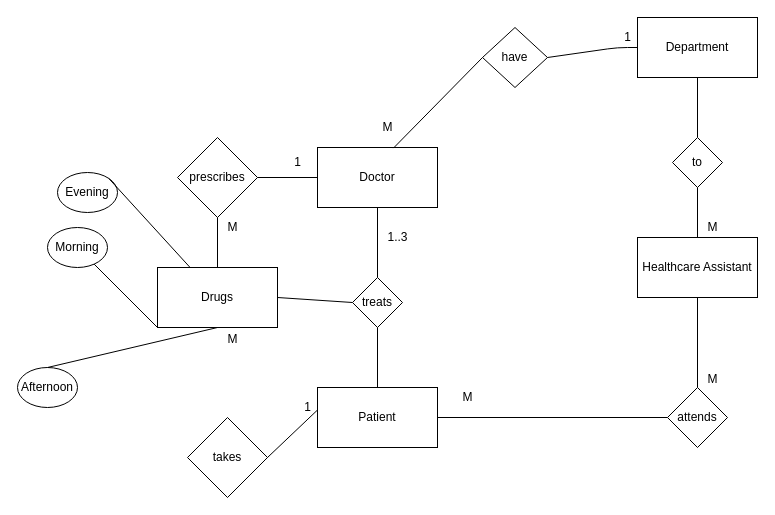
Above: Untitled Diagram.drawio in iAshutosh-joshi/first-project (draw.io), before the change. Source tidied: cells renumbered, new cells numbered last; positions are measured from the earlier drawing's top-left corner, leaving out a move shared by most shapes. Both pictures are drawn from the tidied source at 100%, with x=0, y=0 at pixel (17, 17).
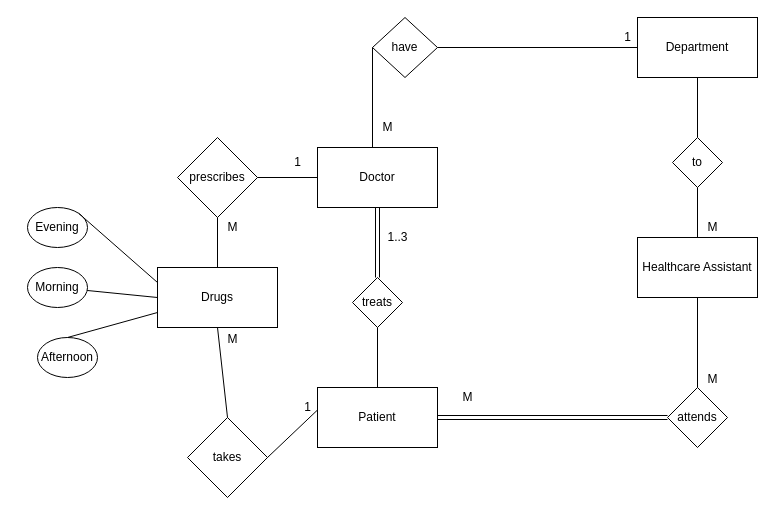
The same page after the edit.

The change refers to these unchanged cells:
```xml
<mxCell id="2" style="rounded=0;whiteSpace=wrap;html=1;" parent="1" vertex="1">
  <mxGeometry x="620" width="120" height="60" as="geometry" />
</mxCell>
<mxCell id="4" value="Doctor" style="rounded=0;whiteSpace=wrap;html=1;" parent="1" vertex="1">
  <mxGeometry x="300" y="130" width="120" height="60" as="geometry" />
</mxCell>
<mxCell id="5" value="Patient" style="rounded=0;whiteSpace=wrap;html=1;" parent="1" vertex="1">
  <mxGeometry x="300" y="370" width="120" height="60" as="geometry" />
</mxCell>
<mxCell id="7" value="attends" style="rhombus;whiteSpace=wrap;html=1;" parent="1" vertex="1">
  <mxGeometry x="650" y="370" width="60" height="60" as="geometry" />
</mxCell>
<mxCell id="8" value="&lt;span&gt;trea&lt;/span&gt;ts" style="rhombus;whiteSpace=wrap;html=1;" parent="1" vertex="1">
  <mxGeometry x="335" y="260" width="50" height="50" as="geometry" />
</mxCell>
<mxCell id="16" value="Drugs" style="rounded=0;whiteSpace=wrap;html=1;" parent="1" vertex="1">
  <mxGeometry x="140" y="250" width="120" height="60" as="geometry" />
</mxCell>
<mxCell id="18" style="rhombus;whiteSpace=wrap;html=1;" parent="1" vertex="1">
  <mxGeometry x="170" y="400" width="80" height="80" as="geometry" />
</mxCell>
```

Diff of the diagram source:
```diff
@@
-    <mxCell id="12" style="endArrow=none;html=1;" parent="1" edge="1" source="5">
-      <mxGeometry relative="1" as="geometry">
-        <mxPoint x="650" y="400" as="targetPoint" />
-      </mxGeometry>
-    </mxCell>
@@
-    <mxCell id="14" style="endArrow=none;html=1;exitX=0.5;exitY=0;exitDx=0;exitDy=0;entryX=0.5;entryY=1;entryDx=0;entryDy=0;" parent="1" edge="1" source="8" target="4">
-      <mxGeometry relative="1" as="geometry" />
-    </mxCell>
@@
-    <mxCell id="21" style="endArrow=none;html=1;exitX=1;exitY=0.5;exitDx=0;exitDy=0;entryX=0;entryY=0.5;entryDx=0;entryDy=0;" parent="1" edge="1" source="16" target="8">
-      <mxGeometry relative="1" as="geometry" />
-    </mxCell>
@@
     <mxCell id="24" value="Morning" style="ellipse;whiteSpace=wrap;html=1;" parent="1" vertex="1">
-      <mxGeometry x="30" y="210" width="60" height="40" as="geometry" />
+      <mxGeometry x="10" y="250" width="60" height="40" as="geometry" />
     </mxCell>
-    <mxCell id="25" style="endArrow=none;html=1;" parent="1" edge="1" source="24">
-      <mxGeometry relative="1" as="geometry">
-        <mxPoint x="140" y="310" as="targetPoint" />
-      </mxGeometry>
+    <mxCell id="25" style="endArrow=none;html=1;entryX=0;entryY=0.5;entryDx=0;entryDy=0;" parent="1" edge="1" source="24" target="16">
+      <mxGeometry relative="1" as="geometry" />
     </mxCell>
     <mxCell id="26" value="Evening" style="ellipse;whiteSpace=wrap;html=1;" parent="1" vertex="1">
-      <mxGeometry x="40" y="155" width="60" height="40" as="geometry" />
+      <mxGeometry x="10" y="190" width="60" height="40" as="geometry" />
     </mxCell>
-    <mxCell id="27" style="endArrow=none;html=1;exitX=1;exitY=0;exitDx=0;exitDy=0;" parent="1" edge="1" source="26" target="16">
+    <mxCell id="27" style="endArrow=none;html=1;exitX=1;exitY=0;exitDx=0;exitDy=0;entryX=0;entryY=0.25;entryDx=0;entryDy=0;" parent="1" edge="1" source="26" target="16">
       <mxGeometry relative="1" as="geometry" />
     </mxCell>
     <mxCell id="28" value="Afternoon" style="ellipse;whiteSpace=wrap;html=1;" parent="1" vertex="1">
-      <mxGeometry y="350" width="60" height="40" as="geometry" />
+      <mxGeometry x="20" y="320" width="60" height="40" as="geometry" />
     </mxCell>
-    <mxCell id="29" style="endArrow=none;html=1;entryX=0.5;entryY=1;entryDx=0;entryDy=0;exitX=0.5;exitY=0;exitDx=0;exitDy=0;" parent="1" edge="1" source="28" target="16">
+    <mxCell id="29" style="endArrow=none;html=1;entryX=0;entryY=0.75;entryDx=0;entryDy=0;exitX=0.5;exitY=0;exitDx=0;exitDy=0;" parent="1" edge="1" source="28" target="16">
       <mxGeometry relative="1" as="geometry" />
     </mxCell>
@@
     <mxCell id="37" value="have" style="rhombus;whiteSpace=wrap;html=1;" parent="1" vertex="1">
-      <mxGeometry x="465" y="10" width="65" height="60" as="geometry" />
+      <mxGeometry x="355" width="65" height="60" as="geometry" />
     </mxCell>
     <mxCell id="38" style="endArrow=none;html=1;exitX=1;exitY=0.5;exitDx=0;exitDy=0;entryX=0;entryY=0.5;entryDx=0;entryDy=0;" parent="1" edge="1" source="37" target="2">
-      <mxGeometry relative="1" as="geometry">
-        <Array as="points">
-          <mxPoint x="600" y="30" />
-        </Array>
-      </mxGeometry>
+      <mxGeometry relative="1" as="geometry" />
     </mxCell>
-    <mxCell id="39" style="endArrow=none;html=1;exitX=0.633;exitY=0.01;exitDx=0;exitDy=0;exitPerimeter=0;entryX=0;entryY=0.5;entryDx=0;entryDy=0;" parent="1" edge="1" source="4" target="37">
-      <mxGeometry relative="1" as="geometry" />
+    <mxCell id="39" style="endArrow=none;html=1;entryX=0;entryY=0.5;entryDx=0;entryDy=0;" parent="1" edge="1" target="37">
+      <mxGeometry relative="1" as="geometry">
+        <mxPoint x="355" y="130" as="sourcePoint" />
+      </mxGeometry>
     </mxCell>
@@
+    <mxCell id="43" style="endArrow=none;html=1;exitX=0.5;exitY=0;exitDx=0;exitDy=0;entryX=0.5;entryY=1;entryDx=0;entryDy=0;" parent="1" edge="1" source="18" target="16">
+      <mxGeometry relative="1" as="geometry" />
+    </mxCell>
+    <mxCell id="44" style="shape=link;html=1;entryX=0.5;entryY=0;entryDx=0;entryDy=0;exitX=0.5;exitY=1;exitDx=0;exitDy=0;" parent="1" edge="1" source="4" target="8">
+      <mxGeometry relative="1" as="geometry" />
+    </mxCell>
+    <mxCell id="45" style="shape=link;html=1;exitX=1;exitY=0.5;exitDx=0;exitDy=0;" parent="1" edge="1" source="5" target="7">
+      <mxGeometry relative="1" as="geometry" />
+    </mxCell>
```
